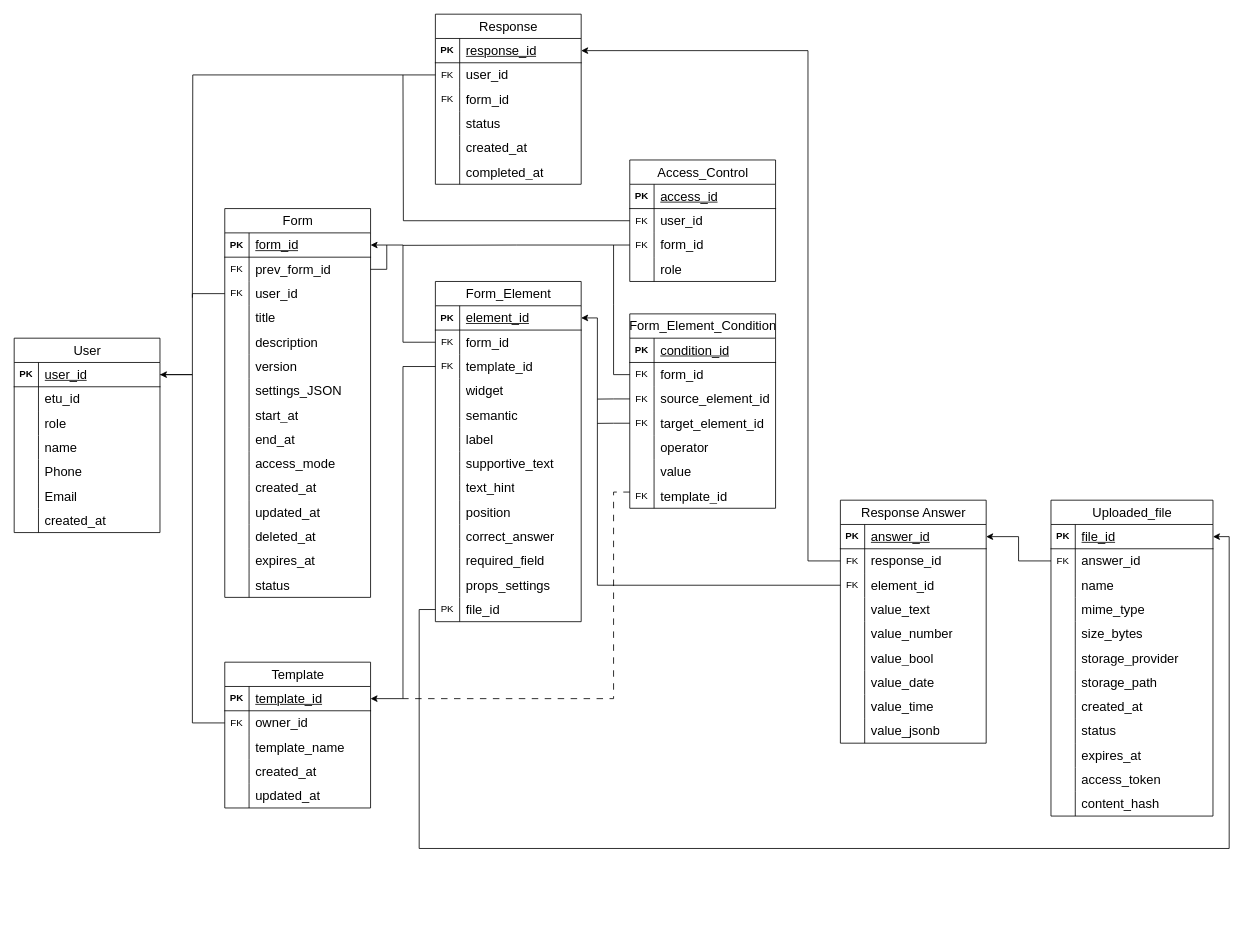
brick1ng5654/ETU-Forms keeps this draw.io diagram as docs/ER.drawio. Above is the earlier version. Source tidied: cells renumbered, new cells numbered last; positions are measured from the earlier drawing's top-left corner, leaving out a move shared by most shapes. Both pictures are drawn from the tidied source at 81%, with x=0, y=0 at pixel (14, 14).
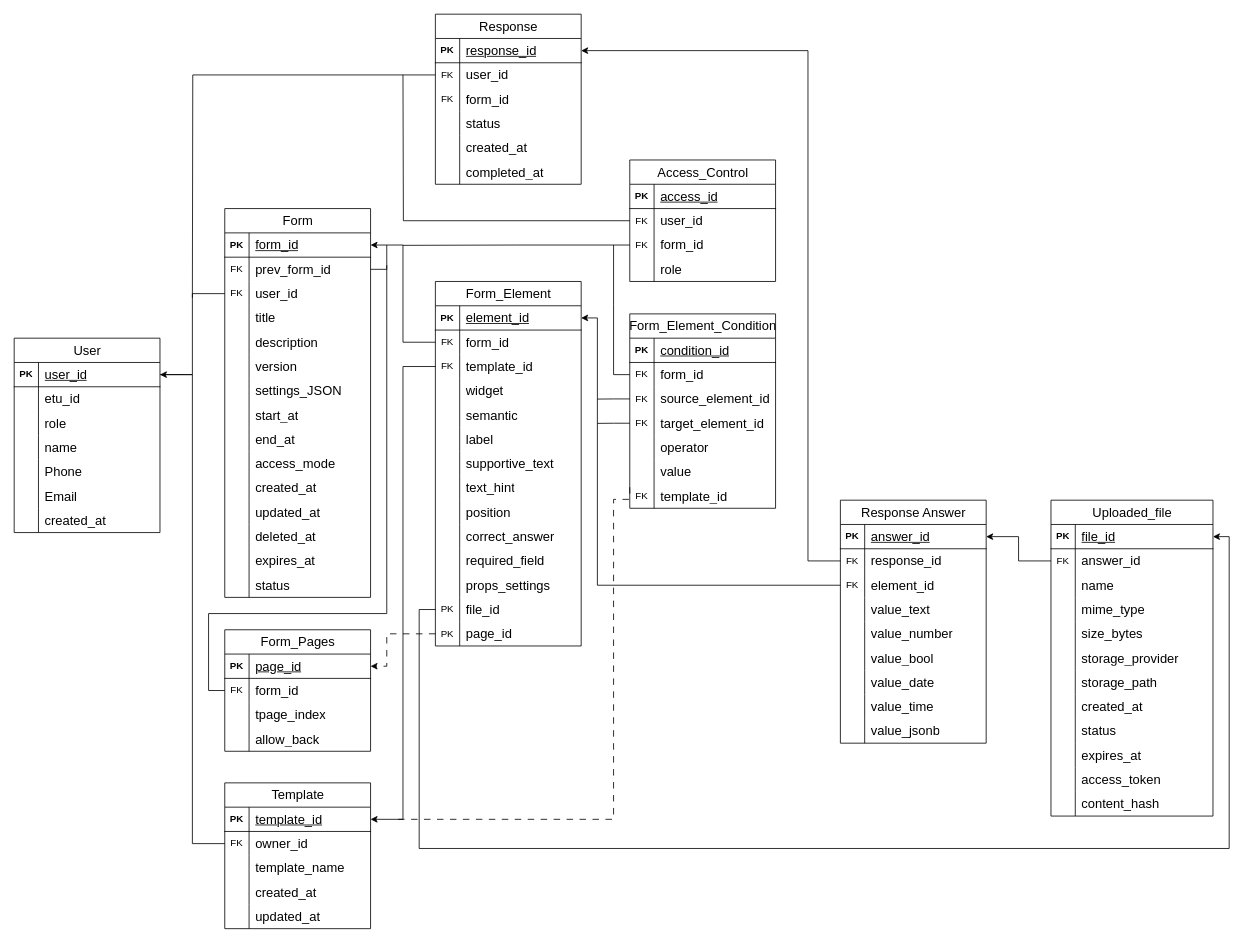
The same page after the edit.

Unchanged cells that the change refers to:
```xml
<mxCell id="49" style="shape=tableRow;horizontal=0;startSize=0;swimlaneHead=0;swimlaneBody=0;fillColor=none;points=[[0,0.5],[1,0.5]];portConstraint=eastwest;top=0;left=0;right=0;bottom=1;" parent="48" vertex="1">
  <mxGeometry y="30" width="180" height="30" as="geometry" />
</mxCell>
<mxCell id="170" style="shape=tableRow;horizontal=0;startSize=0;swimlaneHead=0;swimlaneBody=0;fillColor=none;points=[[0,0.5],[1,0.5]];portConstraint=eastwest;top=0;left=0;right=0;bottom=0;" parent="166" vertex="1">
  <mxGeometry y="60" width="180" height="30" as="geometry" />
</mxCell>
```

Diff of the diagram source:
```diff
@@
     <mxCell id="103" value="&lt;font style=&quot;font-size: 16px; font-weight: normal;&quot;&gt;Form_Element&lt;/font&gt;" style="shape=table;startSize=30;childLayout=tableLayout;rowLines=0;fontStyle=1;align=center;html=1;" parent="1" vertex="1">
-      <mxGeometry x="520" y="330" width="180" height="420" as="geometry" />
+      <mxGeometry x="520" y="330" width="180" height="450" as="geometry" />
     </mxCell>
@@
+    <mxCell id="261" style="shape=tableRow;horizontal=0;startSize=0;swimlaneHead=0;swimlaneBody=0;fillColor=none;points=[[0,0.5],[1,0.5]];portConstraint=eastwest;top=0;left=0;right=0;bottom=0;" parent="103" vertex="1">
+      <mxGeometry y="420" width="180" height="30" as="geometry" />
+    </mxCell>
+    <mxCell id="262" value="PK" style="shape=partialRectangle;fillColor=none;top=0;left=0;bottom=0;right=0;overflow=hidden;whiteSpace=wrap;html=1;" parent="261" vertex="1">
+      <mxGeometry width="30" height="30" as="geometry" />
+    </mxCell>
+    <mxCell id="263" value="page_id" style="shape=partialRectangle;fillColor=none;top=0;left=0;bottom=0;right=0;align=left;spacingLeft=6;overflow=hidden;whiteSpace=wrap;html=1;fontSize=16;" parent="261" vertex="1">
+      <mxGeometry x="30" width="150" height="30" as="geometry" />
+    </mxCell>
@@
     <mxCell id="166" value="&lt;font style=&quot;font-size: 16px; font-weight: normal;&quot;&gt;Template&lt;/font&gt;" style="shape=table;startSize=30;childLayout=tableLayout;rowLines=0;fontStyle=1;align=center;html=1;" parent="1" vertex="1">
-      <mxGeometry x="260" y="800" width="180" height="180" as="geometry" />
+      <mxGeometry x="260" y="949" width="180" height="180" as="geometry" />
     </mxCell>
@@
     <mxCell id="247" style="edgeStyle=orthogonalEdgeStyle;rounded=0;jettySize=auto;html=1;exitX=0;exitY=0.5;exitDx=0;exitDy=0;entryX=1;entryY=0.5;entryDx=0;entryDy=0;endArrow=none;endFill=0;" parent="1" edge="1" source="170" target="49">
       <mxGeometry relative="1" as="geometry">
         <Array as="points">
-          <mxPoint x="220" y="875" />
+          <mxPoint x="220" y="1024" />
           <mxPoint x="220" y="445" />
         </Array>
       </mxGeometry>
     </mxCell>
@@
     <mxCell id="260" style="edgeStyle=orthogonalEdgeStyle;rounded=0;orthogonalLoop=1;jettySize=auto;html=1;exitX=0;exitY=0.5;exitDx=0;exitDy=0;endArrow=none;endFill=0;dashed=1;dashPattern=8 8;" parent="1" edge="1">
       <mxGeometry relative="1" as="geometry">
-        <mxPoint x="760" y="590" as="sourcePoint" />
-        <mxPoint x="480" y="845" as="targetPoint" />
+        <mxPoint x="760" y="584" as="sourcePoint" />
+        <mxPoint x="470" y="994" as="targetPoint" />
         <Array as="points">
-          <mxPoint x="740" y="590" />
-          <mxPoint x="740" y="845" />
+          <mxPoint x="760" y="599" />
+          <mxPoint x="740" y="599" />
+          <mxPoint x="740" y="994" />
+          <mxPoint x="480" y="994" />
         </Array>
       </mxGeometry>
     </mxCell>
+    <mxCell id="264" value="&lt;font style=&quot;font-size: 16px; font-weight: normal;&quot;&gt;Form_Pages&lt;/font&gt;" style="shape=table;startSize=30;childLayout=tableLayout;rowLines=0;fontStyle=1;align=center;html=1;" parent="1" vertex="1">
+      <mxGeometry x="260" y="760" width="180" height="150" as="geometry" />
+    </mxCell>
+    <mxCell id="265" style="shape=tableRow;horizontal=0;startSize=0;swimlaneHead=0;swimlaneBody=0;fillColor=none;points=[[0,0.5],[1,0.5]];portConstraint=eastwest;top=0;left=0;right=0;bottom=1;" parent="264" vertex="1">
+      <mxGeometry y="30" width="180" height="30" as="geometry" />
+    </mxCell>
+    <mxCell id="266" value="PK" style="shape=partialRectangle;fillColor=none;top=0;left=0;bottom=0;right=0;fontStyle=1;overflow=hidden;whiteSpace=wrap;html=1;" parent="265" vertex="1">
+      <mxGeometry width="30" height="30" as="geometry" />
+    </mxCell>
+    <mxCell id="267" value="&lt;span style=&quot;font-size: 16px; font-weight: 400;&quot;&gt;page_id&lt;/span&gt;" style="shape=partialRectangle;fillColor=none;top=0;left=0;bottom=0;right=0;align=left;spacingLeft=6;fontStyle=5;overflow=hidden;whiteSpace=wrap;html=1;" parent="265" vertex="1">
+      <mxGeometry x="30" width="150" height="30" as="geometry" />
+    </mxCell>
+    <mxCell id="268" style="shape=tableRow;horizontal=0;startSize=0;swimlaneHead=0;swimlaneBody=0;fillColor=none;points=[[0,0.5],[1,0.5]];portConstraint=eastwest;top=0;left=0;right=0;bottom=0;" parent="264" vertex="1">
+      <mxGeometry y="60" width="180" height="30" as="geometry" />
+    </mxCell>
+    <mxCell id="269" value="FK" style="shape=partialRectangle;fillColor=none;top=0;left=0;bottom=0;right=0;overflow=hidden;whiteSpace=wrap;html=1;" parent="268" vertex="1">
+      <mxGeometry width="30" height="30" as="geometry" />
+    </mxCell>
+    <mxCell id="270" value="&lt;span style=&quot;font-size: 16px;&quot;&gt;form_id&lt;/span&gt;" style="shape=partialRectangle;fillColor=none;top=0;left=0;bottom=0;right=0;align=left;spacingLeft=6;overflow=hidden;whiteSpace=wrap;html=1;" parent="268" vertex="1">
+      <mxGeometry x="30" width="150" height="30" as="geometry" />
+    </mxCell>
+    <mxCell id="271" style="shape=tableRow;horizontal=0;startSize=0;swimlaneHead=0;swimlaneBody=0;fillColor=none;top=0;left=0;right=0;bottom=0;" parent="264" vertex="1">
+      <mxGeometry y="90" width="180" height="30" as="geometry" />
+    </mxCell>
+    <mxCell id="272" style="shape=partialRectangle;fillColor=none;top=0;left=0;bottom=0;right=0;overflow=hidden;whiteSpace=wrap;html=1;" parent="271" vertex="1">
+      <mxGeometry width="30" height="30" as="geometry" />
+    </mxCell>
+    <mxCell id="273" value="&lt;span style=&quot;font-size: 16px;&quot;&gt;tpage_index&lt;/span&gt;" style="shape=partialRectangle;fillColor=none;top=0;left=0;bottom=0;right=0;align=left;spacingLeft=6;overflow=hidden;whiteSpace=wrap;html=1;" parent="271" vertex="1">
+      <mxGeometry x="30" width="150" height="30" as="geometry" />
+    </mxCell>
+    <mxCell id="274" style="shape=tableRow;horizontal=0;startSize=0;swimlaneHead=0;swimlaneBody=0;fillColor=none;top=0;left=0;right=0;bottom=0;" parent="264" vertex="1">
+      <mxGeometry y="120" width="180" height="30" as="geometry" />
+    </mxCell>
+    <mxCell id="275" style="shape=partialRectangle;fillColor=none;top=0;left=0;bottom=0;right=0;overflow=hidden;whiteSpace=wrap;html=1;" parent="274" vertex="1">
+      <mxGeometry width="30" height="30" as="geometry" />
+    </mxCell>
+    <mxCell id="276" value="&lt;span style=&quot;font-size: 16px;&quot;&gt;allow_back&lt;/span&gt;" style="shape=partialRectangle;fillColor=none;top=0;left=0;bottom=0;right=0;align=left;spacingLeft=6;overflow=hidden;whiteSpace=wrap;html=1;" parent="274" vertex="1">
+      <mxGeometry x="30" width="150" height="30" as="geometry" />
+    </mxCell>
+    <mxCell id="277" style="edgeStyle=orthogonalEdgeStyle;rounded=0;jettySize=auto;html=1;exitX=0;exitY=0.5;exitDx=0;exitDy=0;entryX=1;entryY=0.5;entryDx=0;entryDy=0;dashed=1;dashPattern=8 8;" parent="1" edge="1" source="261" target="265">
+      <mxGeometry relative="1" as="geometry">
+        <Array as="points">
+          <mxPoint x="460" y="765" />
+          <mxPoint x="460" y="805" />
+        </Array>
+      </mxGeometry>
+    </mxCell>
+    <mxCell id="278" style="edgeStyle=orthogonalEdgeStyle;rounded=0;jettySize=auto;html=1;exitX=0;exitY=0.5;exitDx=0;exitDy=0;endArrow=none;endFill=0;" parent="1" edge="1" source="268">
+      <mxGeometry relative="1" as="geometry">
+        <mxPoint x="460" y="310" as="targetPoint" />
+        <Array as="points">
+          <mxPoint x="240" y="835" />
+          <mxPoint x="240" y="740" />
+          <mxPoint x="460" y="740" />
+        </Array>
+      </mxGeometry>
+    </mxCell>
```
